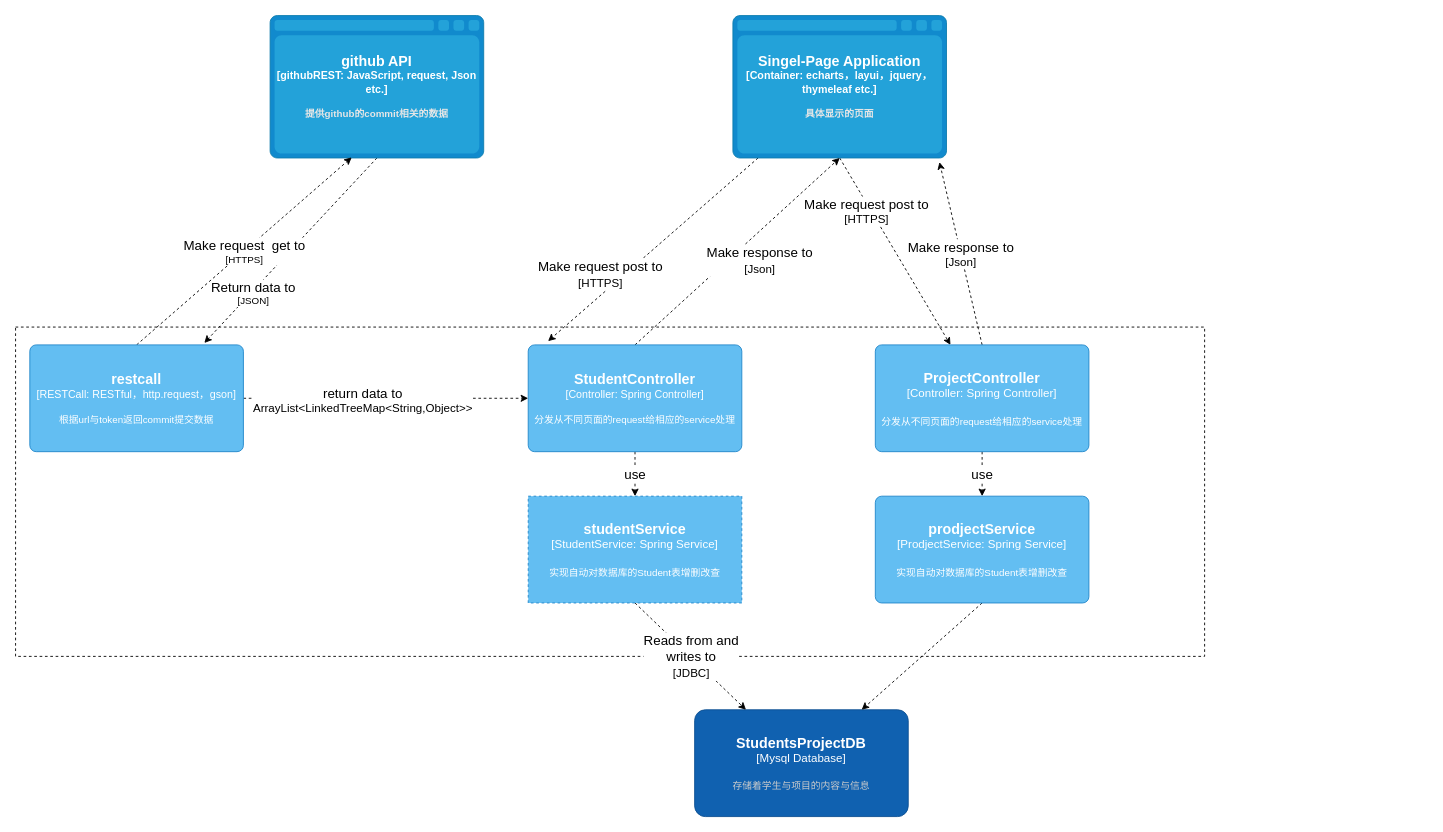
The draw.io diagram 建模图/API Application组件图.drawio in Distributed-System-Course/Student-Grade-Accessment-System, before the edit. Source tidied: cells renumbered, new cells numbered last; positions are measured from the earlier drawing's top-left corner, leaving out a move shared by most shapes. Both pictures are drawn from the tidied source at 89%, with x=0, y=0 at pixel (15, 15).
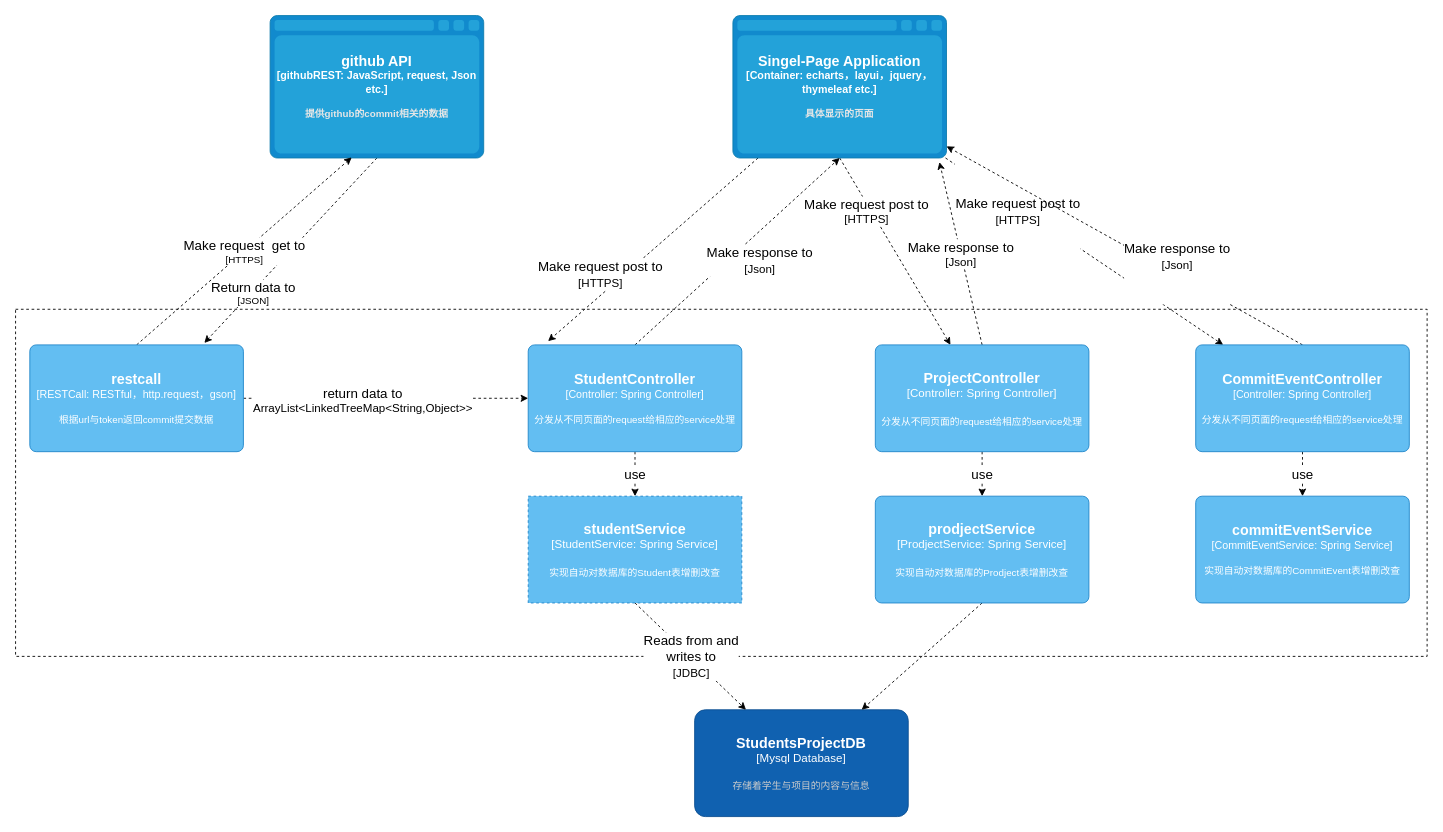
The same page after the edit.

The change refers to these unchanged cells:
```xml
<object id="8" label="&lt;font style=&quot;font-size: 16px&quot;&gt;&lt;b&gt;%c4Type%&lt;/font&gt;&lt;div&gt;[%c4Container%:&amp;nbsp;%c4Technology%]&lt;/div&gt;&lt;br&gt;&lt;div&gt;&lt;font style=&quot;font-size: 11px&quot;&gt;&lt;font color=&quot;#E6E6E6&quot;&gt;%c4Description%&lt;/font&gt;&lt;/div&gt;" c4Container="Container" c4Description="具体显示的页面" c4Technology="echarts，layui，jquery，thymeleaf etc." c4Type="Singel-Page Application" placeholders="1">
  <mxCell style="shape=mxgraph.c4.webBrowserContainer;whiteSpace=wrap;html=1;boundedLbl=1;rounded=0;labelBackgroundColor=none;fillColor=#118ACD;fontSize=12;fontColor=#ffffff;align=center;strokeColor=#0E7DAD;points=[[0.5,0,0],[1,0.25,0],[1,0.5,0],[1,0.75,0],[0.5,1,0],[0,0.75,0],[0,0.5,0],[0,0.25,0]];" parent="1" vertex="1">
    <mxGeometry x="806" width="240" height="160" as="geometry" />
  </mxCell>
</object>
```

Diff of the diagram source:
```diff
@@
     <mxCell id="2" style="rounded=0;whiteSpace=wrap;html=1;fontSize=15;fillColor=none;dashed=1;" parent="1" vertex="1">
-      <mxGeometry y="350" width="1336" height="370" as="geometry" />
+      <mxGeometry y="330" width="1586" height="390" as="geometry" />
     </mxCell>
@@
+    <mxCell id="24" value="&#10;&#10;&lt;span style=&quot;color: rgb(0, 0, 0); font-family: helvetica; font-size: 15px; font-style: normal; font-weight: 400; letter-spacing: normal; text-align: center; text-indent: 0px; text-transform: none; word-spacing: 0px; background-color: rgb(255, 255, 255); display: inline; float: none;&quot;&gt;Make request post to&lt;/span&gt;&lt;br style=&quot;color: rgb(0, 0, 0); font-family: helvetica; font-size: 15px; font-style: normal; font-weight: 400; letter-spacing: normal; text-align: center; text-indent: 0px; text-transform: none; word-spacing: 0px;&quot;&gt;&lt;font style=&quot;color: rgb(0, 0, 0); font-family: helvetica; font-style: normal; font-weight: 400; letter-spacing: normal; text-align: center; text-indent: 0px; text-transform: none; word-spacing: 0px; font-size: 13px;&quot;&gt;[HTTPS]&lt;/font&gt;&#10;&#10;" style="rounded=0;jettySize=auto;html=1;dashed=1;fontSize=15;" parent="1" edge="1" source="8" target="27">
+      <mxGeometry x="-0.46" y="-4" relative="1" as="geometry">
+        <mxPoint x="-1" as="offset" />
+      </mxGeometry>
+    </mxCell>
@@
-    <object id="23" label="&lt;font style=&quot;font-size: 16px&quot;&gt;&lt;b&gt;%c4Name%&lt;/b&gt;&lt;/font&gt;&lt;div&gt;[%c4Type%: %c4Technology%]&lt;/div&gt;&lt;br&gt;&lt;div&gt;&lt;font style=&quot;font-size: 11px&quot;&gt;%c4Description%&lt;/font&gt;&lt;/div&gt;" c4Description="实现自动对数据库的Student表增删改查" c4Name="prodjectService" c4Technology="Spring Service" c4Type="ProdjectService" placeholders="1">
+    <object id="23" label="&lt;font style=&quot;font-size: 16px&quot;&gt;&lt;b&gt;%c4Name%&lt;/b&gt;&lt;/font&gt;&lt;div&gt;[%c4Type%: %c4Technology%]&lt;/div&gt;&lt;br&gt;&lt;div&gt;&lt;font style=&quot;font-size: 11px&quot;&gt;%c4Description%&lt;/font&gt;&lt;/div&gt;" c4Description="实现自动对数据库的Prodject表增删改查" c4Name="prodjectService" c4Technology="Spring Service" c4Type="ProdjectService" placeholders="1">
       <mxCell style="rounded=1;whiteSpace=wrap;html=1;labelBackgroundColor=none;fillColor=#63BEF2;fontColor=#ffffff;align=center;arcSize=6;strokeColor=#2086C9;points=[[0.25,0,0],[0.5,0,0],[0.75,0,0],[1,0.25,0],[1,0.5,0],[1,0.75,0],[0.75,1,0],[0.5,1,0],[0.25,1,0],[0,0.75,0],[0,0.5,0],[0,0.25,0]];fontSize=13;" parent="1" vertex="1">
         <mxGeometry x="966" y="540" width="240" height="120" as="geometry" />
       </mxCell>
     </object>
+    <mxCell id="25" value="&lt;font style=&quot;font-size: 15px&quot;&gt;use&lt;/font&gt;" style="edgeStyle=orthogonalEdgeStyle;rounded=0;jettySize=auto;html=1;exitX=0.5;exitY=1;exitDx=0;exitDy=0;exitPerimeter=0;dashed=1;" parent="1" edge="1" source="27" target="28">
+      <mxGeometry relative="1" as="geometry" />
+    </mxCell>
+    <mxCell id="26" value="&#10;&#10;&lt;span style=&quot;color: rgb(0, 0, 0); font-family: helvetica; font-size: 15px; font-style: normal; font-weight: 400; letter-spacing: normal; text-align: center; text-indent: 0px; text-transform: none; word-spacing: 0px; background-color: rgb(255, 255, 255); display: inline; float: none;&quot;&gt;Make response to&lt;/span&gt;&lt;font style=&quot;color: rgb(0, 0, 0); font-family: helvetica; font-style: normal; font-weight: 400; letter-spacing: normal; text-align: center; text-indent: 0px; text-transform: none; word-spacing: 0px; font-size: 14px;&quot;&gt;&lt;br&gt;&lt;/font&gt;&lt;font style=&quot;color: rgb(0, 0, 0); font-family: helvetica; font-style: normal; font-weight: 400; letter-spacing: normal; text-align: center; text-indent: 0px; text-transform: none; word-spacing: 0px; font-size: 13px;&quot;&gt;[Json]&lt;/font&gt;&#10;&#10;" style="edgeStyle=none;rounded=0;jettySize=auto;html=1;exitX=0.5;exitY=0;exitDx=0;exitDy=0;exitPerimeter=0;dashed=1;fontSize=15;" parent="1" edge="1" source="27" target="8">
+      <mxGeometry x="-0.25" y="-19" relative="1" as="geometry" />
+    </mxCell>
+    <object id="27" label="&lt;font style=&quot;font-size: 16px&quot;&gt;&lt;b&gt;%c4Name%&lt;/b&gt;&lt;/font&gt;&lt;div&gt;[%c4Type%: %c4Technology%]&lt;/div&gt;&lt;br&gt;&lt;div&gt;&lt;font style=&quot;font-size: 11px&quot;&gt;%c4Description%&lt;/font&gt;&lt;/div&gt;" c4Description="分发从不同页面的request给相应的service处理" c4Name="CommitEventController" c4Technology="Spring Controller" c4Type="Controller" placeholders="1">
+      <mxCell style="rounded=1;whiteSpace=wrap;html=1;labelBackgroundColor=none;fillColor=#63BEF2;fontColor=#ffffff;align=center;arcSize=6;strokeColor=#2086C9;points=[[0.25,0,0],[0.5,0,0],[0.75,0,0],[1,0.25,0],[1,0.5,0],[1,0.75,0],[0.75,1,0],[0.5,1,0],[0.25,1,0],[0,0.75,0],[0,0.5,0],[0,0.25,0]];" parent="1" vertex="1">
+        <mxGeometry x="1326" y="370" width="240" height="120" as="geometry" />
+      </mxCell>
+    </object>
+    <object id="28" label="&lt;font style=&quot;font-size: 16px&quot;&gt;&lt;b&gt;%c4Name%&lt;/b&gt;&lt;/font&gt;&lt;div&gt;[%c4Type%: %c4Technology%]&lt;/div&gt;&lt;br&gt;&lt;div&gt;&lt;font style=&quot;font-size: 11px&quot;&gt;%c4Description%&lt;/font&gt;&lt;/div&gt;" c4Description="实现自动对数据库的CommitEvent表增删改查" c4Name="commitEventService" c4Technology="Spring Service" c4Type="CommitEventService" placeholders="1">
+      <mxCell style="rounded=1;whiteSpace=wrap;html=1;labelBackgroundColor=none;fillColor=#63BEF2;fontColor=#ffffff;align=center;arcSize=6;strokeColor=#2086C9;points=[[0.25,0,0],[0.5,0,0],[0.75,0,0],[1,0.25,0],[1,0.5,0],[1,0.75,0],[0.75,1,0],[0.5,1,0],[0.25,1,0],[0,0.75,0],[0,0.5,0],[0,0.25,0]];" parent="1" vertex="1">
+        <mxGeometry x="1326" y="540" width="240" height="120" as="geometry" />
+      </mxCell>
+    </object>
```
